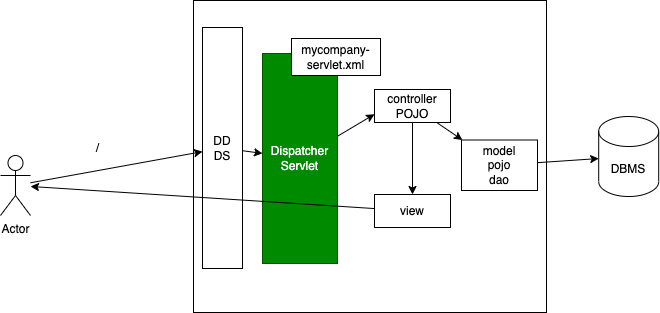
Above: images/day12.drawio.png in adithnaveen/2022-jul-asde-jfs-sapient (draw.io), before the change. Source tidied: cells renumbered, new cells last; positions are measured from the earlier drawing's top-left corner, leaving out a move shared by most shapes.
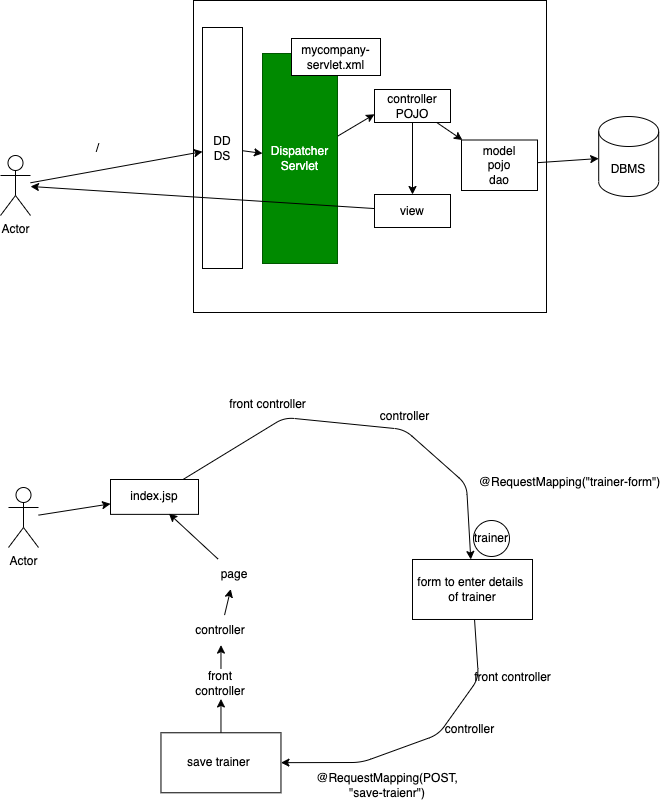
Later version of the same file.

Commit message:
updated spring trainer form

Diff of the diagram source:
```diff
@@ -53,5 +53,80 @@
     <mxCell id="18" value="DBMS" style="shape=cylinder3;whiteSpace=wrap;html=1;boundedLbl=1;backgroundOutline=1;size=15;" parent="1" vertex="1">
       <mxGeometry x="598.2" y="116" width="60" height="80" as="geometry" />
     </mxCell>
+    <mxCell id="19" style="edgeStyle=none;html=1;" parent="1" edge="1" source="20" target="22">
+      <mxGeometry relative="1" as="geometry" />
+    </mxCell>
+    <mxCell id="20" value="Actor" style="shape=umlActor;verticalLabelPosition=bottom;verticalAlign=top;html=1;outlineConnect=0;" parent="1" vertex="1">
+      <mxGeometry x="8" y="487" width="30" height="60" as="geometry" />
+    </mxCell>
+    <mxCell id="21" style="edgeStyle=none;html=1;" parent="1" edge="1" source="22" target="24">
+      <mxGeometry relative="1" as="geometry">
+        <Array as="points">
+          <mxPoint x="284" y="417" />
+          <mxPoint x="404" y="429" />
+          <mxPoint x="466" y="484" />
+        </Array>
+      </mxGeometry>
+    </mxCell>
+    <mxCell id="22" value="index.jsp" style="rounded=0;whiteSpace=wrap;html=1;" parent="1" vertex="1">
+      <mxGeometry x="110" y="479" width="88" height="34.9" as="geometry" />
+    </mxCell>
+    <mxCell id="23" style="edgeStyle=none;html=1;" parent="1" edge="1" source="24" target="29">
+      <mxGeometry relative="1" as="geometry">
+        <Array as="points">
+          <mxPoint x="478" y="678" />
+          <mxPoint x="438" y="734" />
+          <mxPoint x="361" y="762" />
+        </Array>
+      </mxGeometry>
+    </mxCell>
+    <mxCell id="24" value="form to enter details&amp;nbsp;&lt;br&gt;of trainer" style="rounded=0;whiteSpace=wrap;html=1;" parent="1" vertex="1">
+      <mxGeometry x="412" y="559" width="120" height="60" as="geometry" />
+    </mxCell>
+    <mxCell id="25" value="front controller" style="text;html=1;align=center;verticalAlign=middle;strokeColor=none;fillColor=none;" parent="1" vertex="1">
+      <mxGeometry x="223" y="395" width="87" height="18" as="geometry" />
+    </mxCell>
+    <mxCell id="26" value="controller" style="text;html=1;align=center;verticalAlign=middle;strokeColor=none;fillColor=none;" parent="1" vertex="1">
+      <mxGeometry x="374" y="407" width="60" height="18" as="geometry" />
+    </mxCell>
+    <mxCell id="27" value="@RequestMapping(&quot;trainer-form&quot;)" style="text;html=1;align=center;verticalAlign=middle;strokeColor=none;fillColor=none;" parent="1" vertex="1">
+      <mxGeometry x="473" y="473" width="192" height="18" as="geometry" />
+    </mxCell>
+    <mxCell id="28" style="edgeStyle=none;html=1;" parent="1" edge="1" source="29" target="34">
+      <mxGeometry relative="1" as="geometry" />
+    </mxCell>
+    <mxCell id="29" value="save trainer&amp;nbsp;" style="rounded=0;whiteSpace=wrap;html=1;" parent="1" vertex="1">
+      <mxGeometry x="160.5" y="732.3" width="120" height="60" as="geometry" />
+    </mxCell>
+    <mxCell id="30" value="front controller" style="text;html=1;align=center;verticalAlign=middle;strokeColor=none;fillColor=none;" parent="1" vertex="1">
+      <mxGeometry x="468" y="668" width="87" height="18" as="geometry" />
+    </mxCell>
+    <mxCell id="31" value="controller" style="text;html=1;align=center;verticalAlign=middle;strokeColor=none;fillColor=none;" parent="1" vertex="1">
+      <mxGeometry x="439" y="720" width="60" height="18" as="geometry" />
+    </mxCell>
+    <mxCell id="32" value="@RequestMapping(POST, &quot;save-traienr&quot;)" style="text;html=1;strokeColor=none;fillColor=none;align=center;verticalAlign=middle;whiteSpace=wrap;rounded=0;" parent="1" vertex="1">
+      <mxGeometry x="357" y="770" width="60" height="30" as="geometry" />
+    </mxCell>
+    <mxCell id="33" style="edgeStyle=none;html=1;" parent="1" edge="1" source="34" target="36">
+      <mxGeometry relative="1" as="geometry" />
+    </mxCell>
+    <mxCell id="34" value="front controller" style="text;html=1;strokeColor=none;fillColor=none;align=center;verticalAlign=middle;whiteSpace=wrap;rounded=0;" parent="1" vertex="1">
+      <mxGeometry x="190.5" y="668.5" width="60" height="30" as="geometry" />
+    </mxCell>
+    <mxCell id="35" style="edgeStyle=none;html=1;" parent="1" edge="1" source="36" target="38">
+      <mxGeometry relative="1" as="geometry" />
+    </mxCell>
+    <mxCell id="36" value="controller" style="text;html=1;strokeColor=none;fillColor=none;align=center;verticalAlign=middle;whiteSpace=wrap;rounded=0;" parent="1" vertex="1">
+      <mxGeometry x="190.5" y="614.6" width="60" height="30" as="geometry" />
+    </mxCell>
+    <mxCell id="37" style="edgeStyle=none;html=1;entryX=0.664;entryY=0.977;entryDx=0;entryDy=0;entryPerimeter=0;" parent="1" edge="1" source="38" target="22">
+      <mxGeometry relative="1" as="geometry" />
+    </mxCell>
+    <mxCell id="38" value="page&lt;br&gt;" style="text;html=1;strokeColor=none;fillColor=none;align=center;verticalAlign=middle;whiteSpace=wrap;rounded=0;" parent="1" vertex="1">
+      <mxGeometry x="203.8" y="558.6" width="60" height="30" as="geometry" />
+    </mxCell>
+    <mxCell id="39" value="trainer" style="ellipse;whiteSpace=wrap;html=1;" parent="1" vertex="1">
+      <mxGeometry x="473" y="520" width="36" height="36" as="geometry" />
+    </mxCell>
   </root>
 </mxGraphModel>
```
